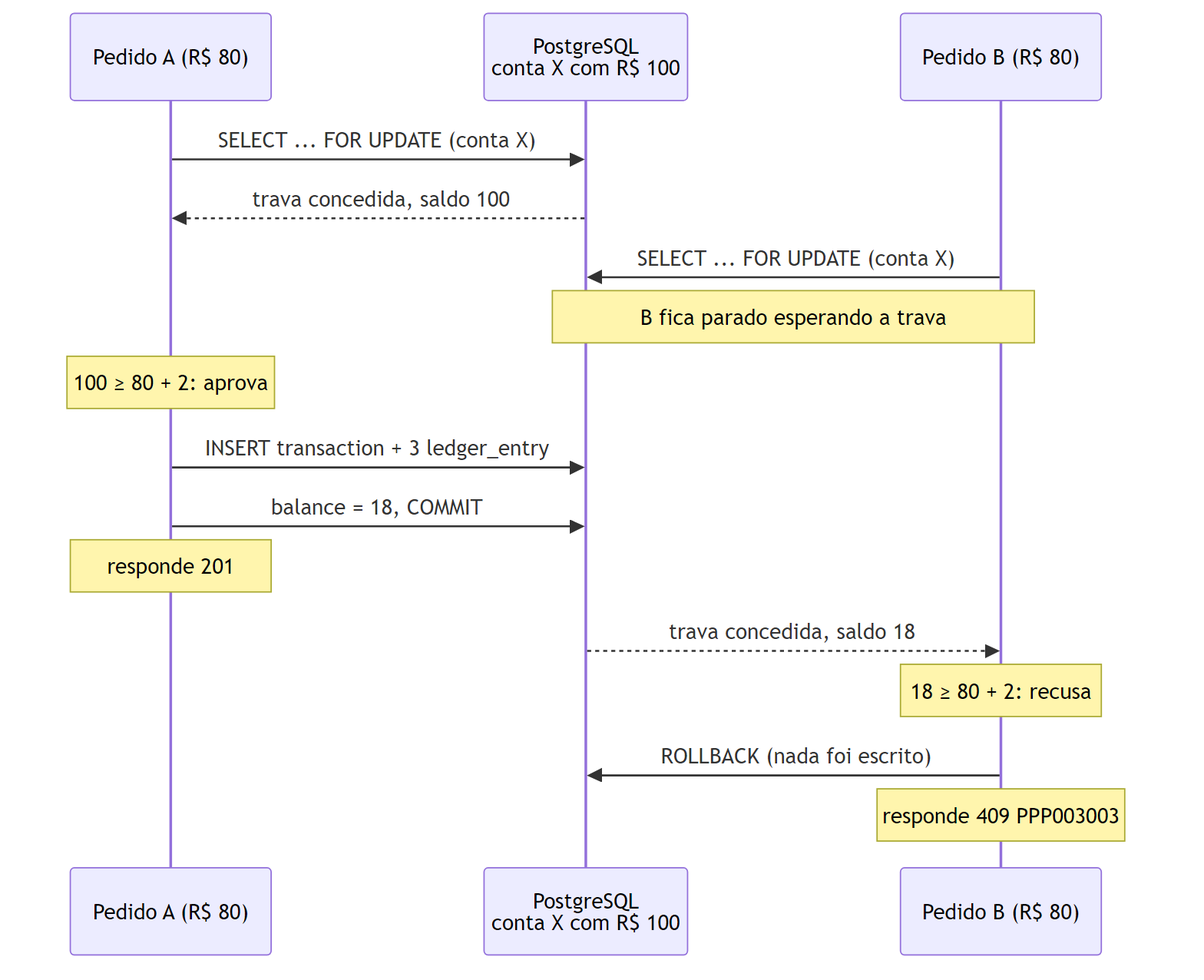
heluylucas/bootcamp-qi-tech-presidas- keeps this Mermaid diagram as docs/diagramas/transferencia-concorrente.png. Above is the earlier version. Its source is kept beside it as docs/diagramas/transferencia-concorrente.mmd. The source it was exported from:
```mermaid
sequenceDiagram
    participant A as Pedido A (R$ 80)
    participant DB as PostgreSQL<br/>conta X com R$ 100
    participant B as Pedido B (R$ 80)

    A->>DB: SELECT ... FOR UPDATE (conta X)
    DB-->>A: trava concedida, saldo 100
    B->>DB: SELECT ... FOR UPDATE (conta X)
    Note over B,DB: B fica parado esperando a trava
    Note over A: 100 ≥ 80 + 2: aprova
    A->>DB: INSERT transaction + 3 ledger_entry
    A->>DB: balance = 18, COMMIT
    Note over A: responde 201
    DB-->>B: trava concedida, saldo 18
    Note over B: 18 ≥ 80 + 2: recusa
    B->>DB: ROLLBACK (nada foi escrito)
    Note over B: responde 409 PPP003003
```
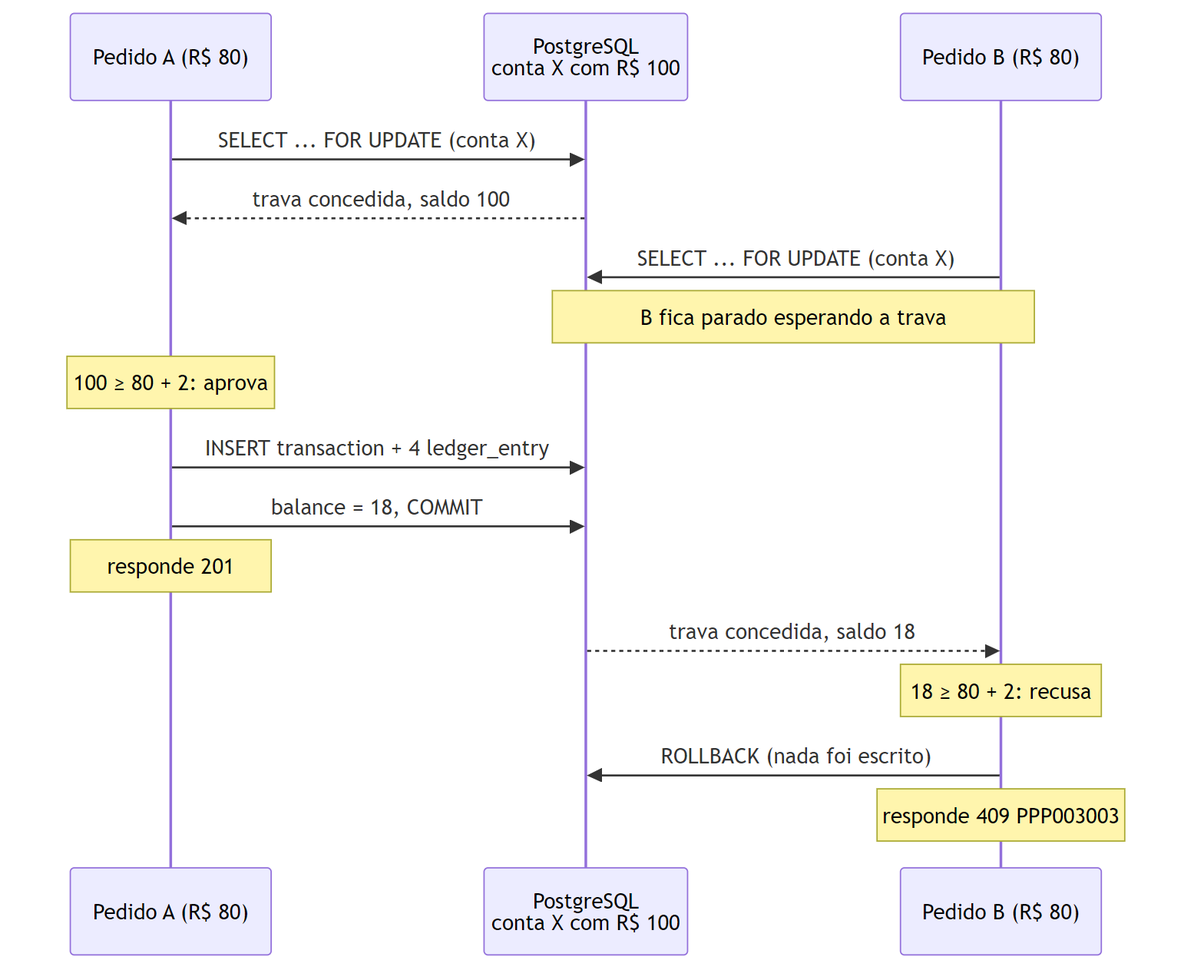
After the commit.

The edit, as a diff of the source:
```diff
@@ -8,7 +8,7 @@
     B->>DB: SELECT ... FOR UPDATE (conta X)
     Note over B,DB: B fica parado esperando a trava
     Note over A: 100 ≥ 80 + 2: aprova
-    A->>DB: INSERT transaction + 3 ledger_entry
+    A->>DB: INSERT transaction + 4 ledger_entry
     A->>DB: balance = 18, COMMIT
     Note over A: responde 201
     DB-->>B: trava concedida, saldo 18
```
